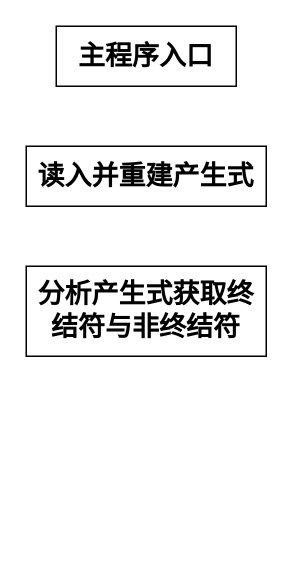
This is CS/CompilersPrinciples/GrammaticalAnalysis.drawio from umiskky/Diagrams, a draw.io file, before an edit. Source tidied: cells renumbered, new cells numbered last; positions are measured from the earlier drawing's top-left corner, leaving out a move shared by most shapes. Both pictures are drawn from the tidied source at 150%, with x=0, y=0 at pixel (26, 26).
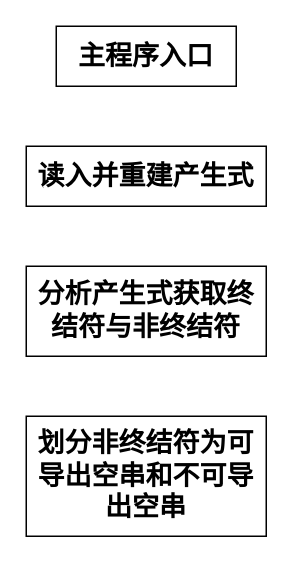
The same diagram, later.

The edit, as a diff of the source:
```diff
@@
 <mxGraphModel>
   <root>
     <mxCell id="0" />
     <mxCell id="1" parent="0" />
     <mxCell id="2" value="&lt;font style=&quot;font-size: 18px&quot;&gt;&lt;b&gt;主程序入口&lt;/b&gt;&lt;/font&gt;" style="rounded=0;whiteSpace=wrap;html=1;" parent="1" vertex="1">
       <mxGeometry x="20" width="120" height="40" as="geometry" />
     </mxCell>
     <mxCell id="3" value="&lt;font style=&quot;font-size: 18px&quot;&gt;&lt;b&gt;读入并重建产生式&lt;/b&gt;&lt;/font&gt;" style="rounded=0;whiteSpace=wrap;html=1;" parent="1" vertex="1">
       <mxGeometry y="80" width="160" height="40" as="geometry" />
     </mxCell>
     <mxCell id="4" value="&lt;font style=&quot;font-size: 18px&quot;&gt;&lt;b&gt;分析产生式获取终结符与非终结符&lt;/b&gt;&lt;/font&gt;" style="rounded=0;whiteSpace=wrap;html=1;" parent="1" vertex="1">
       <mxGeometry y="160" width="160" height="60" as="geometry" />
     </mxCell>
+    <mxCell id="5" value="&lt;span style=&quot;font-size: 18px&quot;&gt;&lt;b&gt;划分非终结符为可导出空串和不可导出空串&lt;br&gt;&lt;/b&gt;&lt;/span&gt;" style="rounded=0;whiteSpace=wrap;html=1;" parent="1" vertex="1">
+      <mxGeometry y="260" width="160" height="80" as="geometry" />
+    </mxCell>
   </root>
 </mxGraphModel>
```
